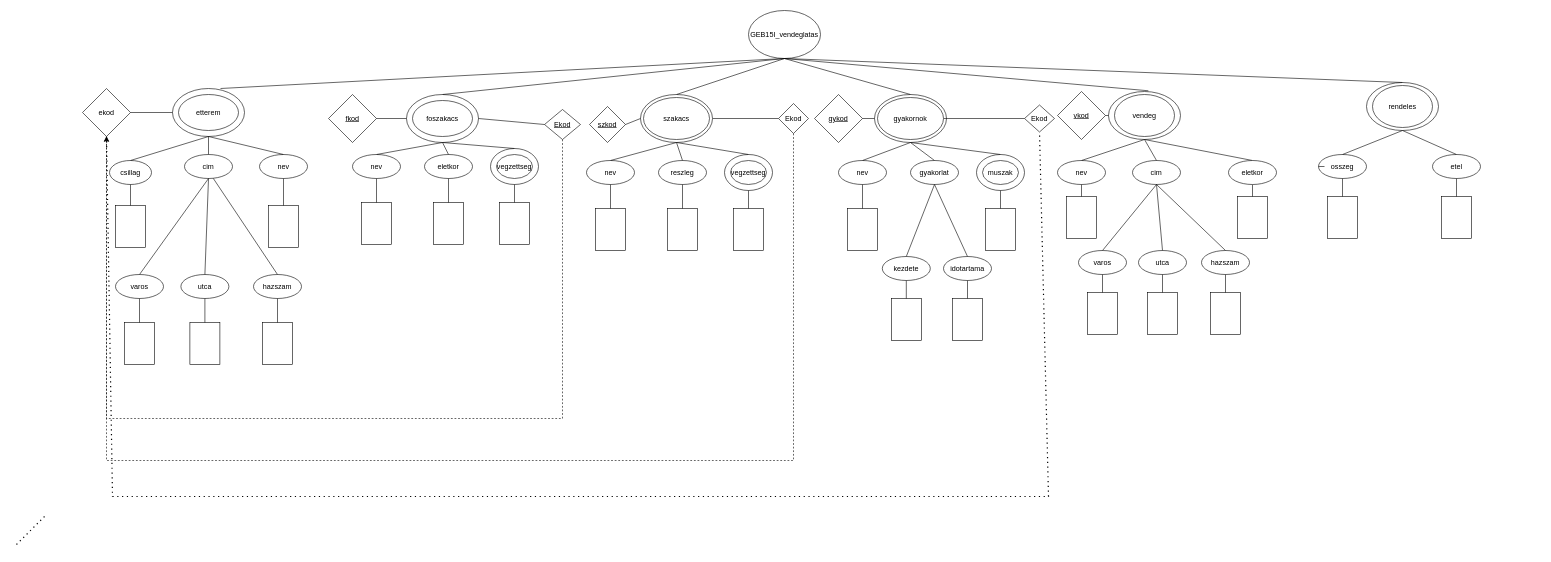
This is GH5OGN_1001/GH5OGN_vendeglatas.drawio from ballaleventedavid/GH5OGNWebXML, a draw.io file, before an edit. Source tidied: cells renumbered, new cells numbered last; positions are measured from the earlier drawing's top-left corner, leaving out a move shared by most shapes. Both pictures are drawn from the tidied source at 60%, with x=0, y=0 at pixel (16, 10).
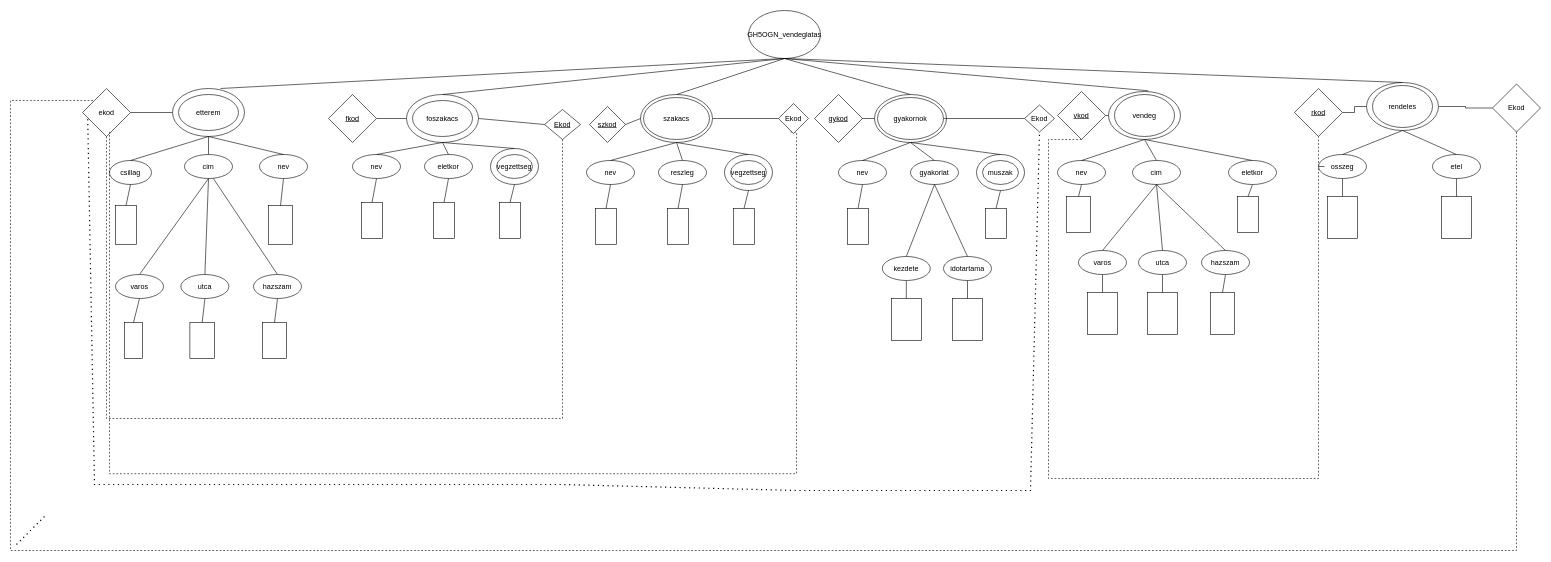
After the change.

The change refers to these unchanged cells:
```xml
<mxCell id="15" style="ellipse;whiteSpace=wrap;html=1;" parent="1" vertex="1">
  <mxGeometry x="2250" y="120" width="120" height="80" as="geometry" />
</mxCell>
<mxCell id="34" value="ekod" style="rhombus;whiteSpace=wrap;html=1;" parent="1" vertex="1">
  <mxGeometry x="110" y="130" width="80" height="80" as="geometry" />
</mxCell>
<mxCell id="115" value="&lt;u&gt;vkod&lt;/u&gt;" style="rhombus;whiteSpace=wrap;html=1;" parent="1" vertex="1">
  <mxGeometry x="1735" y="135" width="80" height="80" as="geometry" />
</mxCell>
<mxCell id="133" value="&lt;u&gt;Ekod&lt;/u&gt;" style="rhombus;whiteSpace=wrap;html=1;" parent="1" vertex="1">
  <mxGeometry x="880" y="165" width="60" height="50" as="geometry" />
</mxCell>
<mxCell id="136" value="Ekod" style="rhombus;whiteSpace=wrap;html=1;" parent="1" vertex="1">
  <mxGeometry x="1270" y="155" width="50" height="50" as="geometry" />
</mxCell>
<mxCell id="137" value="Ekod" style="rhombus;whiteSpace=wrap;html=1;" parent="1" vertex="1">
  <mxGeometry x="1680" y="157.5" width="50" height="45" as="geometry" />
</mxCell>
```

Change to the diagram source:
```diff
@@
-    <mxCell id="2" value="GEB15I_vendeglatas" style="ellipse;whiteSpace=wrap;html=1;" parent="1" vertex="1">
+    <mxCell id="2" value="GH5OGN_vendeglatas" style="ellipse;whiteSpace=wrap;html=1;" parent="1" vertex="1">
       <mxGeometry x="1220" width="120" height="80" as="geometry" />
     </mxCell>
@@
+    <mxCell id="139" style="edgeStyle=orthogonalEdgeStyle;rounded=0;jettySize=auto;html=1;exitX=1;exitY=0.5;exitDx=0;exitDy=0;entryX=0;entryY=0.5;entryDx=0;entryDy=0;endArrow=none;endFill=0;" parent="1" edge="1" source="15" target="144">
+      <mxGeometry relative="1" as="geometry" />
+    </mxCell>
@@
     <mxCell id="26" style="rounded=0;whiteSpace=wrap;html=1;direction=south;" parent="1" vertex="1">
-      <mxGeometry x="165" y="325" width="50" height="70" as="geometry" />
+      <mxGeometry x="165" y="325" width="35" height="65" as="geometry" />
     </mxCell>
     <mxCell id="27" style="rounded=0;whiteSpace=wrap;html=1;direction=south;" parent="1" vertex="1">
-      <mxGeometry x="420" y="325" width="50" height="70" as="geometry" />
+      <mxGeometry x="420" y="325" width="40" height="65" as="geometry" />
     </mxCell>
@@
     <mxCell id="31" style="rounded=0;whiteSpace=wrap;html=1;direction=south;" parent="1" vertex="1">
-      <mxGeometry x="180" y="520" width="50" height="70" as="geometry" />
+      <mxGeometry x="180" y="520" width="30" height="60" as="geometry" />
     </mxCell>
     <mxCell id="32" style="rounded=0;whiteSpace=wrap;html=1;direction=south;" parent="1" vertex="1">
-      <mxGeometry x="289" y="520" width="50" height="70" as="geometry" />
+      <mxGeometry x="289" y="520" width="41" height="60" as="geometry" />
     </mxCell>
     <mxCell id="33" style="rounded=0;whiteSpace=wrap;html=1;direction=south;" parent="1" vertex="1">
-      <mxGeometry x="410" y="520" width="50" height="70" as="geometry" />
+      <mxGeometry x="410" y="520" width="40" height="60" as="geometry" />
     </mxCell>
@@
     <mxCell id="52" style="rounded=0;whiteSpace=wrap;html=1;direction=south;" parent="1" vertex="1">
-      <mxGeometry x="575" y="320" width="50" height="70" as="geometry" />
+      <mxGeometry x="575" y="320" width="35" height="60" as="geometry" />
     </mxCell>
     <mxCell id="53" style="rounded=0;whiteSpace=wrap;html=1;direction=south;" parent="1" vertex="1">
-      <mxGeometry x="695" y="320" width="50" height="70" as="geometry" />
+      <mxGeometry x="695" y="320" width="35" height="60" as="geometry" />
     </mxCell>
     <mxCell id="54" style="rounded=0;whiteSpace=wrap;html=1;direction=south;" parent="1" vertex="1">
-      <mxGeometry x="805" y="320" width="50" height="70" as="geometry" />
+      <mxGeometry x="805" y="320" width="35" height="60" as="geometry" />
     </mxCell>
@@
     <mxCell id="66" style="rounded=0;whiteSpace=wrap;html=1;direction=south;" parent="1" vertex="1">
-      <mxGeometry x="965" y="330" width="50" height="70" as="geometry" />
+      <mxGeometry x="965" y="330" width="35" height="60" as="geometry" />
     </mxCell>
     <mxCell id="67" style="rounded=0;whiteSpace=wrap;html=1;direction=south;" parent="1" vertex="1">
-      <mxGeometry x="1085" y="330" width="50" height="70" as="geometry" />
+      <mxGeometry x="1085" y="330" width="35" height="60" as="geometry" />
     </mxCell>
     <mxCell id="68" style="rounded=0;whiteSpace=wrap;html=1;direction=south;" parent="1" vertex="1">
-      <mxGeometry x="1195" y="330" width="50" height="70" as="geometry" />
+      <mxGeometry x="1195" y="330" width="35" height="60" as="geometry" />
     </mxCell>
@@
     <mxCell id="81" style="rounded=0;whiteSpace=wrap;html=1;direction=south;" parent="1" vertex="1">
-      <mxGeometry x="1385" y="330" width="50" height="70" as="geometry" />
+      <mxGeometry x="1385" y="330" width="35" height="60" as="geometry" />
     </mxCell>
     <mxCell id="82" style="rounded=0;whiteSpace=wrap;html=1;direction=south;" parent="1" vertex="1">
-      <mxGeometry x="1615" y="330" width="50" height="70" as="geometry" />
+      <mxGeometry x="1615" y="330" width="35" height="50" as="geometry" />
     </mxCell>
@@
     <mxCell id="100" style="rounded=0;whiteSpace=wrap;html=1;direction=south;" parent="1" vertex="1">
-      <mxGeometry x="1750" y="310" width="50" height="70" as="geometry" />
+      <mxGeometry x="1750" y="310" width="40" height="60" as="geometry" />
     </mxCell>
     <mxCell id="101" style="rounded=0;whiteSpace=wrap;html=1;direction=south;" parent="1" vertex="1">
-      <mxGeometry x="2035" y="310" width="50" height="70" as="geometry" />
+      <mxGeometry x="2035" y="310" width="35" height="60" as="geometry" />
     </mxCell>
@@
+    <mxCell id="140" style="edgeStyle=orthogonalEdgeStyle;rounded=0;jettySize=auto;html=1;exitX=0.5;exitY=1;exitDx=0;exitDy=0;entryX=0.5;entryY=1;entryDx=0;entryDy=0;dashed=1;endArrow=none;endFill=0;" parent="1" edge="1" source="115" target="142">
+      <mxGeometry relative="1" as="geometry">
+        <Array as="points">
+          <mxPoint x="1720" y="215" />
+          <mxPoint x="1720" y="780" />
+          <mxPoint x="2170" y="780" />
+        </Array>
+      </mxGeometry>
+    </mxCell>
@@
     <mxCell id="120" style="rounded=0;whiteSpace=wrap;html=1;direction=south;" parent="1" vertex="1">
-      <mxGeometry x="1990" y="470" width="50" height="70" as="geometry" />
+      <mxGeometry x="1990" y="470" width="40" height="70" as="geometry" />
     </mxCell>
@@
-    <mxCell id="132" style="edgeStyle=orthogonalEdgeStyle;rounded=0;jettySize=auto;html=1;exitX=0.5;exitY=1;exitDx=0;exitDy=0;entryX=0.5;entryY=1;entryDx=0;entryDy=0;dashed=1;" parent="1" edge="1" source="133" target="34">
+    <mxCell id="132" style="edgeStyle=orthogonalEdgeStyle;rounded=0;jettySize=auto;html=1;exitX=0.5;exitY=1;exitDx=0;exitDy=0;entryX=0.5;entryY=1;entryDx=0;entryDy=0;dashed=1;endArrow=none;endFill=0;" parent="1" edge="1" source="133" target="34">
       <mxGeometry relative="1" as="geometry">
         <Array as="points">
           <mxPoint x="910" y="680" />
           <mxPoint x="150" y="680" />
         </Array>
       </mxGeometry>
     </mxCell>
@@
-    <mxCell id="135" style="edgeStyle=orthogonalEdgeStyle;rounded=0;jettySize=auto;html=1;exitX=0.5;exitY=1;exitDx=0;exitDy=0;entryX=0.5;entryY=1;entryDx=0;entryDy=0;dashed=1;" parent="1" edge="1" source="136" target="34">
+    <mxCell id="135" style="edgeStyle=orthogonalEdgeStyle;rounded=0;jettySize=auto;html=1;dashed=1;endArrow=none;endFill=0;entryX=0.591;entryY=0.911;entryDx=0;entryDy=0;exitX=0.4;exitY=0.95;exitDx=0;exitDy=0;exitPerimeter=0;entryPerimeter=0;" parent="1" edge="1" source="136" target="34">
       <mxGeometry relative="1" as="geometry">
         <Array as="points">
-          <mxPoint x="1295" y="750" />
-          <mxPoint x="150" y="750" />
+          <mxPoint x="1300" y="203" />
+          <mxPoint x="1300" y="772" />
+          <mxPoint x="155" y="772" />
+          <mxPoint x="155" y="203" />
         </Array>
       </mxGeometry>
     </mxCell>
@@
-    <mxCell id="138" style="endArrow=none;dashed=1;html=1;dashPattern=1 3;strokeWidth=2;rounded=0;entryX=0.5;entryY=1;entryDx=0;entryDy=0;exitX=0.5;exitY=1;exitDx=0;exitDy=0;" parent="1" edge="1" source="34" target="137">
+    <mxCell id="138" style="endArrow=none;dashed=1;html=1;dashPattern=1 3;strokeWidth=2;rounded=0;entryX=0.5;entryY=1;entryDx=0;entryDy=0;exitX=0.109;exitY=0.639;exitDx=0;exitDy=0;exitPerimeter=0;" parent="1" edge="1" source="34" target="137">
       <mxGeometry relative="1" as="geometry">
         <Array as="points">
-          <mxPoint x="160" y="810" />
-          <mxPoint x="1720" y="810" />
+          <mxPoint x="130" y="790" />
+          <mxPoint x="510" y="790" />
+          <mxPoint x="910" y="790" />
+          <mxPoint x="1300" y="800" />
+          <mxPoint x="1690" y="800" />
         </Array>
       </mxGeometry>
     </mxCell>
+    <mxCell id="141" style="edgeStyle=orthogonalEdgeStyle;rounded=0;jettySize=auto;html=1;exitX=1;exitY=0.5;exitDx=0;exitDy=0;entryX=0;entryY=0.5;entryDx=0;entryDy=0;endArrow=none;endFill=0;" parent="1" edge="1" source="142" target="15">
+      <mxGeometry relative="1" as="geometry" />
+    </mxCell>
+    <mxCell id="142" value="&lt;u&gt;rkod&lt;/u&gt;" style="rhombus;whiteSpace=wrap;html=1;" parent="1" vertex="1">
+      <mxGeometry x="2130" y="130" width="80" height="80" as="geometry" />
+    </mxCell>
+    <mxCell id="143" style="edgeStyle=orthogonalEdgeStyle;rounded=0;jettySize=auto;html=1;exitX=0.5;exitY=1;exitDx=0;exitDy=0;entryX=0;entryY=0;entryDx=0;entryDy=0;dashed=1;endArrow=none;endFill=0;" parent="1" edge="1" source="144" target="34">
+      <mxGeometry relative="1" as="geometry">
+        <Array as="points">
+          <mxPoint x="2500" y="900" />
+          <mxPoint x="-10" y="900" />
+          <mxPoint x="-10" y="150" />
+        </Array>
+      </mxGeometry>
+    </mxCell>
+    <mxCell id="144" value="Ekod" style="rhombus;whiteSpace=wrap;html=1;" parent="1" vertex="1">
+      <mxGeometry x="2460" y="122.5" width="80" height="80" as="geometry" />
+    </mxCell>
```
